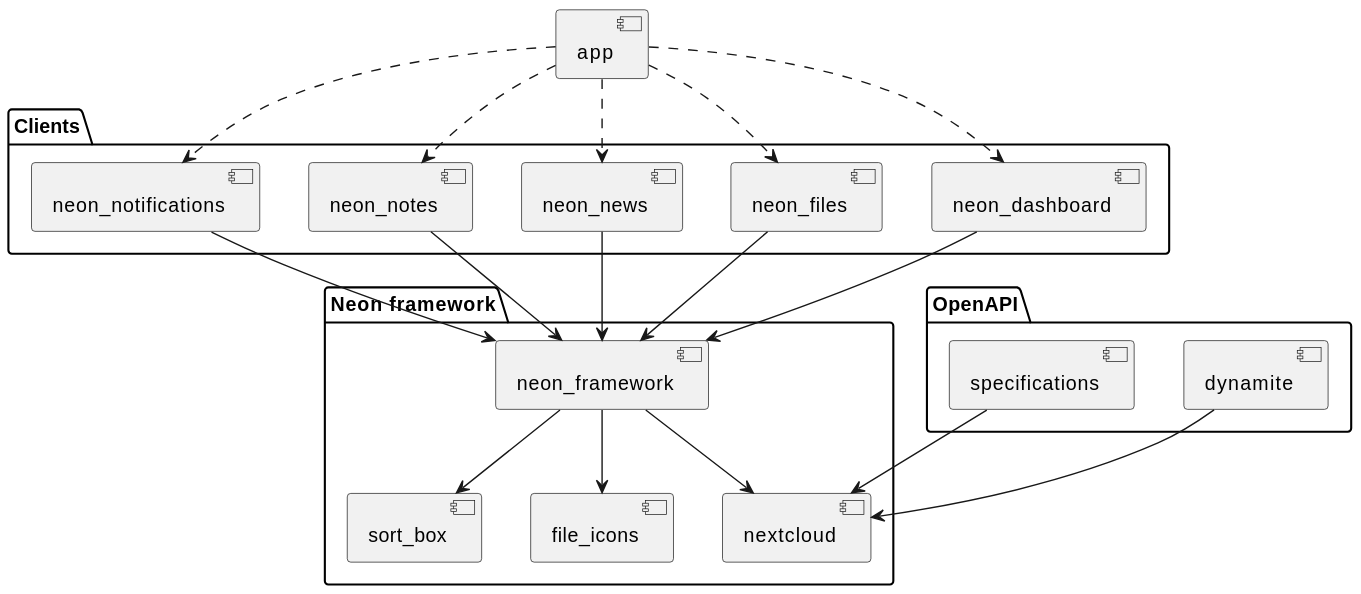
Before: docs/architecture.svg, a diagram exported from PlantUML (nextcloud/neon).
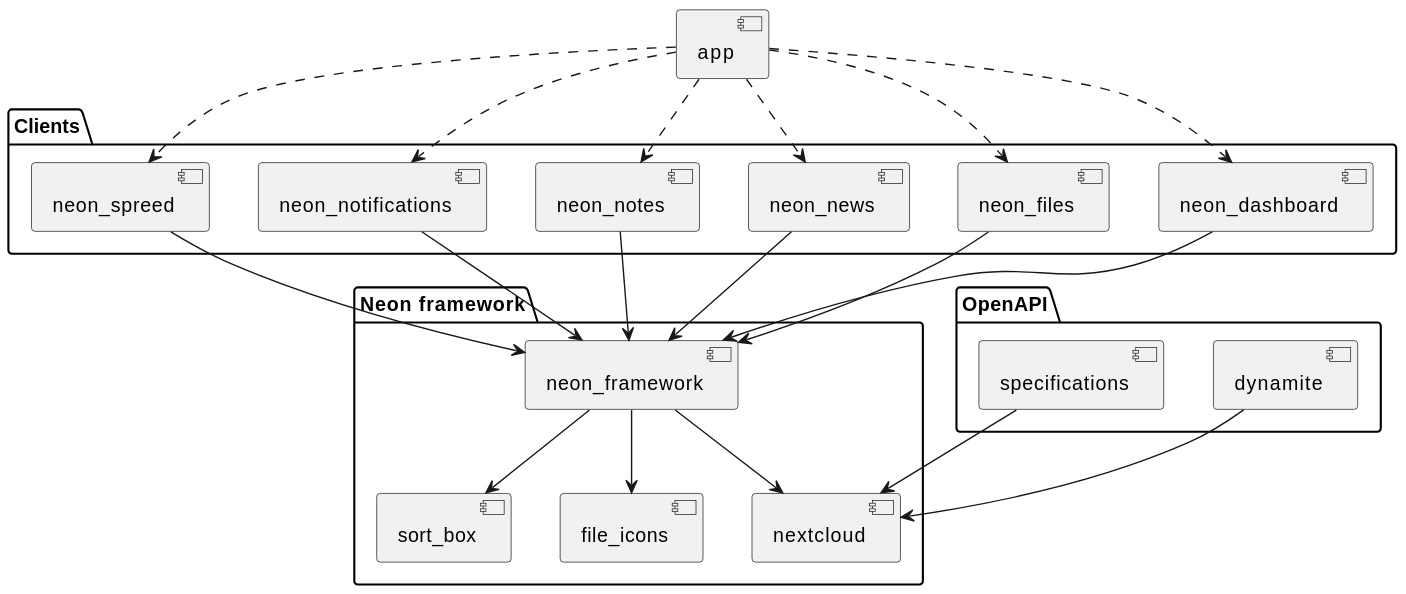
The same diagram one commit later.

Change to the diagram source:
```diff
@@ -12,6 +12,7 @@
     component neon_news
     component neon_notes
     component neon_notifications
+    component neon_spreed
 }
 
 package "OpenAPI" {
@@ -26,12 +27,14 @@
 app ..> neon_news
 app ..> neon_notes
 app ..> neon_notifications
+app ..> neon_spreed
 
 neon_dashboard --> neon_framework
 neon_files --> neon_framework
 neon_news --> neon_framework
 neon_notes --> neon_framework
 neon_notifications --> neon_framework
+neon_spreed --> neon_framework
 
 
 neon_framework --> nextcloud
```
